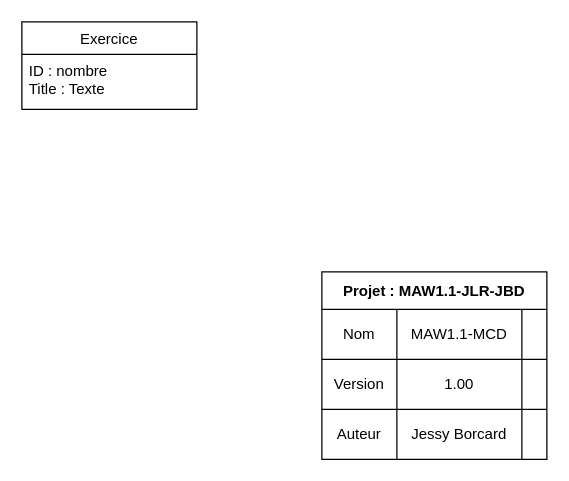
Above: Documentation/MAW1.1-MCD.drawio in CPNV-ES/MAW1.1-JLR-JBD (draw.io), before the change. Source tidied: cells renumbered, new cells numbered last; positions are measured from the earlier drawing's top-left corner, leaving out a move shared by most shapes. Both pictures are drawn from the tidied source at 125%, with x=0, y=0 at pixel (21, 21).
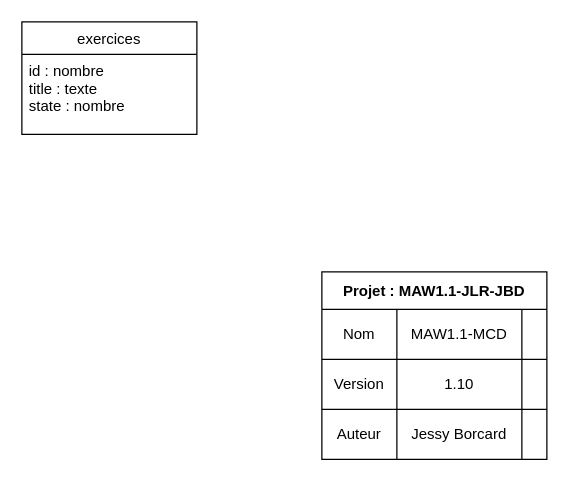
The same diagram, later.

Diff of the diagram source:
```diff
@@
 <mxGraphModel>
   <root>
     <mxCell id="0" />
     <mxCell id="1" parent="0" />
-    <mxCell id="2" value="Exercice" style="swimlane;fontStyle=0;horizontal=1;startSize=26;fillColor=none;" parent="1" vertex="1">
-      <mxGeometry width="140" height="70" as="geometry" />
+    <mxCell id="2" value="exercices" style="swimlane;fontStyle=0;horizontal=1;startSize=26;fillColor=none;" parent="1" vertex="1">
+      <mxGeometry width="140" height="90" as="geometry" />
     </mxCell>
-    <mxCell id="3" value="ID : nombre&#10;Title : Texte" style="text;strokeColor=none;fillColor=none;align=left;verticalAlign=top;spacingLeft=4;spacingRight=4;overflow=hidden;" parent="2" vertex="1">
-      <mxGeometry y="26" width="140" height="44" as="geometry" />
+    <mxCell id="3" value="id : nombre&#10;title : texte&#10;state : nombre" style="text;strokeColor=none;fillColor=none;align=left;verticalAlign=top;spacingLeft=4;spacingRight=4;overflow=hidden;" parent="2" vertex="1">
+      <mxGeometry y="26" width="140" height="64" as="geometry" />
     </mxCell>
     <mxCell id="4" value="Projet : MAW1.1-JLR-JBD" style="shape=table;startSize=30;childLayout=tableLayout;fontStyle=1;align=center;" parent="1" vertex="1">
       <mxGeometry x="240" y="200" width="180" height="150" as="geometry" />
     </mxCell>
     <mxCell id="5" style="shape=tableRow;horizontal=0;startSize=0;swimlaneHead=0;swimlaneBody=0;top=0;left=0;bottom=0;right=0;fillColor=none;" parent="4" vertex="1">
       <mxGeometry y="30" width="180" height="40" as="geometry" />
     </mxCell>
     <mxCell id="6" value="Nom" style="shape=partialRectangle;html=1;whiteSpace=wrap;fillColor=none;top=0;left=0;bottom=0;right=0;overflow=hidden;" parent="5" vertex="1">
       <mxGeometry width="60" height="40" as="geometry" />
     </mxCell>
     <mxCell id="7" value="MAW1.1-MCD" style="shape=partialRectangle;html=1;whiteSpace=wrap;fillColor=none;top=0;left=0;bottom=0;right=0;overflow=hidden;" parent="5" vertex="1">
       <mxGeometry x="60" width="100" height="40" as="geometry" />
     </mxCell>
     <mxCell id="8" style="shape=partialRectangle;html=1;whiteSpace=wrap;fillColor=none;top=0;left=0;bottom=0;right=0;overflow=hidden;" parent="5" vertex="1">
       <mxGeometry x="160" width="20" height="40" as="geometry" />
     </mxCell>
     <mxCell id="9" style="shape=tableRow;horizontal=0;startSize=0;swimlaneHead=0;swimlaneBody=0;top=0;left=0;bottom=0;right=0;fillColor=none;" parent="4" vertex="1">
       <mxGeometry y="70" width="180" height="40" as="geometry" />
     </mxCell>
     <mxCell id="10" value="Version" style="shape=partialRectangle;html=1;whiteSpace=wrap;fillColor=none;top=0;left=0;bottom=0;right=0;overflow=hidden;" parent="9" vertex="1">
       <mxGeometry width="60" height="40" as="geometry" />
     </mxCell>
-    <mxCell id="11" value="1.00" style="shape=partialRectangle;html=1;whiteSpace=wrap;fillColor=none;top=0;left=0;bottom=0;right=0;overflow=hidden;" parent="9" vertex="1">
+    <mxCell id="11" value="1.10" style="shape=partialRectangle;html=1;whiteSpace=wrap;fillColor=none;top=0;left=0;bottom=0;right=0;overflow=hidden;" parent="9" vertex="1">
       <mxGeometry x="60" width="100" height="40" as="geometry" />
     </mxCell>
     <mxCell id="12" style="shape=partialRectangle;html=1;whiteSpace=wrap;fillColor=none;top=0;left=0;bottom=0;right=0;overflow=hidden;" parent="9" vertex="1">
       <mxGeometry x="160" width="20" height="40" as="geometry" />
     </mxCell>
     <mxCell id="13" style="shape=tableRow;horizontal=0;startSize=0;swimlaneHead=0;swimlaneBody=0;top=0;left=0;bottom=0;right=0;fillColor=none;" parent="4" vertex="1">
       <mxGeometry y="110" width="180" height="40" as="geometry" />
     </mxCell>
     <mxCell id="14" value="Auteur" style="shape=partialRectangle;html=1;whiteSpace=wrap;fillColor=none;top=0;left=0;bottom=0;right=0;overflow=hidden;" parent="13" vertex="1">
       <mxGeometry width="60" height="40" as="geometry" />
     </mxCell>
     <mxCell id="15" value="Jessy Borcard" style="shape=partialRectangle;html=1;whiteSpace=wrap;fillColor=none;top=0;left=0;bottom=0;right=0;overflow=hidden;" parent="13" vertex="1">
       <mxGeometry x="60" width="100" height="40" as="geometry" />
     </mxCell>
     <mxCell id="16" style="shape=partialRectangle;html=1;whiteSpace=wrap;fillColor=none;top=0;left=0;bottom=0;right=0;overflow=hidden;" parent="13" vertex="1">
       <mxGeometry x="160" width="20" height="40" as="geometry" />
     </mxCell>
   </root>
 </mxGraphModel>
```
